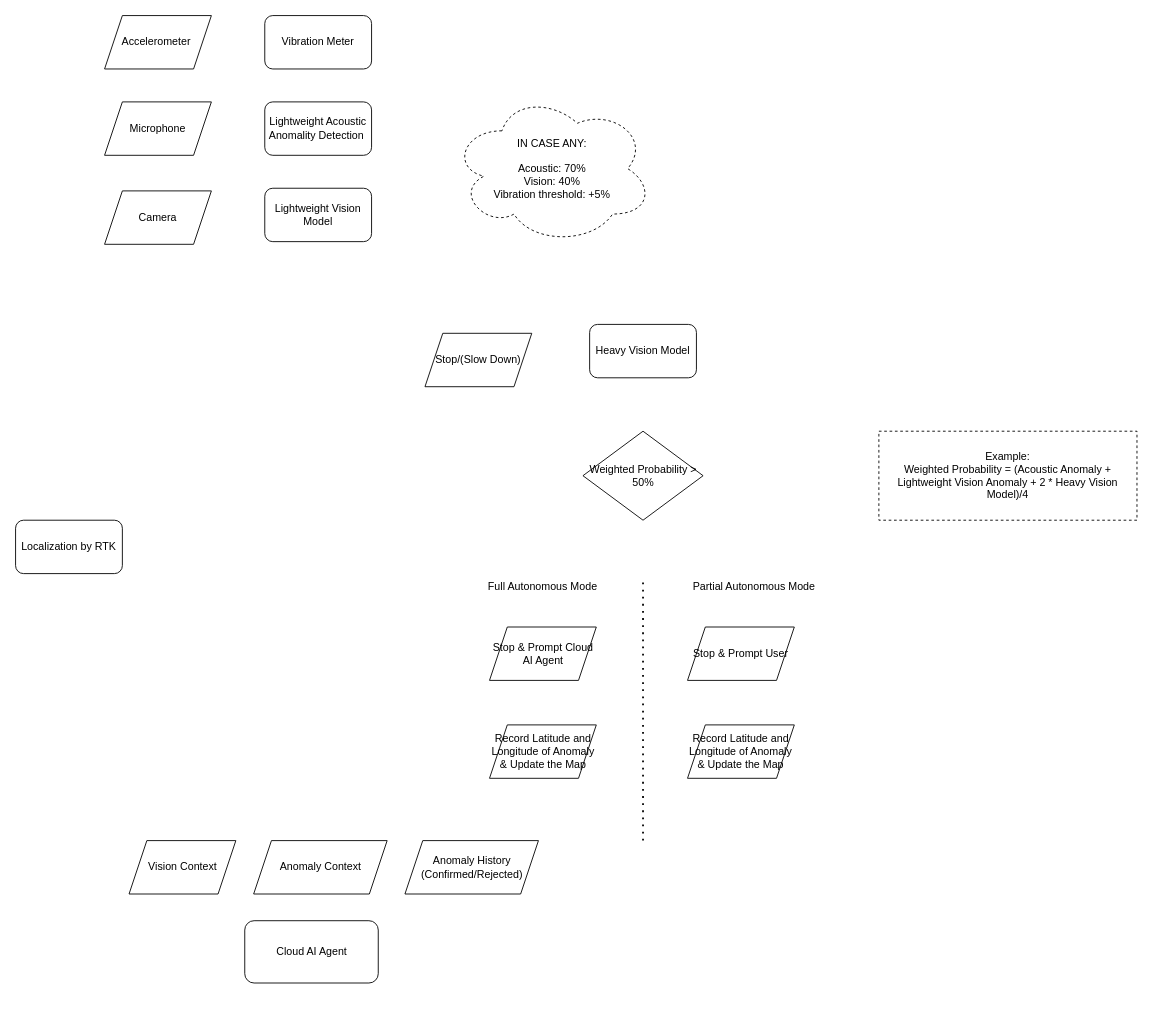
The draw.io diagram Progressive Anomaly Detection & Recording.drawio in SafalFrom2050/drawio, before the edit. Source tidied: cells renumbered, new cells numbered last; positions are measured from the earlier drawing's top-left corner, leaving out a move shared by most shapes. Both pictures are drawn from the tidied source at 89%, with x=0, y=0 at pixel (15, 15).
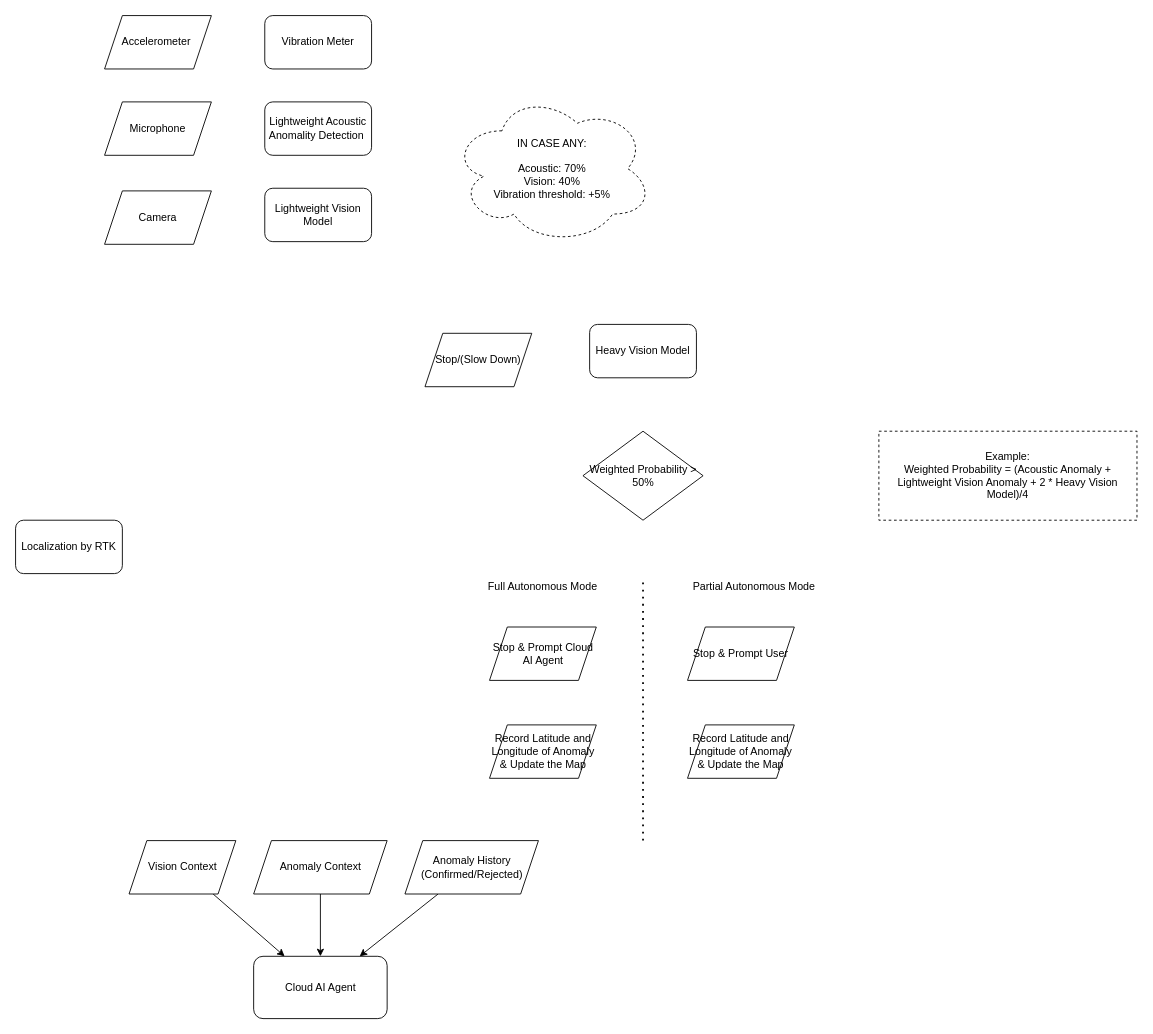
The same page after the edit.

The change refers to these unchanged cells:
```xml
<mxCell id="20" value="Vision Context" style="shape=parallelogram;perimeter=parallelogramPerimeter;whiteSpace=wrap;html=1;shapeInside=1;fixedSize=1;" parent="1" vertex="1">
  <mxGeometry x="127.5" y="927" width="120" height="60" as="geometry" />
</mxCell>
<mxCell id="21" value="Anomaly Context" style="shape=parallelogram;perimeter=parallelogramPerimeter;whiteSpace=wrap;html=1;shapeInside=1;fixedSize=1;" parent="1" vertex="1">
  <mxGeometry x="267.5" y="927" width="150" height="60" as="geometry" />
</mxCell>
<mxCell id="22" value="Anomaly History (Confirmed/Rejected)" style="shape=parallelogram;perimeter=parallelogramPerimeter;whiteSpace=wrap;html=1;shapeInside=1;fixedSize=1;" parent="1" vertex="1">
  <mxGeometry x="437.5" y="927" width="150" height="60" as="geometry" />
</mxCell>
```

Diff of the diagram source:
```diff
@@
     <mxCell id="19" value="Cloud AI Agent" style="rounded=1;whiteSpace=wrap;html=1;" parent="1" vertex="1">
-      <mxGeometry x="257.5" y="1017" width="150" height="70" as="geometry" />
+      <mxGeometry x="267.5" y="1057" width="150" height="70" as="geometry" />
     </mxCell>
+    <mxCell id="25" style="rounded=0;jettySize=auto;html=1;" parent="1" edge="1" source="20" target="19">
+      <mxGeometry relative="1" as="geometry" />
+    </mxCell>
@@
+    <mxCell id="26" style="rounded=0;jettySize=auto;html=1;" parent="1" edge="1" source="21" target="19">
+      <mxGeometry relative="1" as="geometry" />
+    </mxCell>
@@
+    <mxCell id="27" style="rounded=0;jettySize=auto;html=1;" parent="1" edge="1" source="22" target="19">
+      <mxGeometry relative="1" as="geometry" />
+    </mxCell>
```
